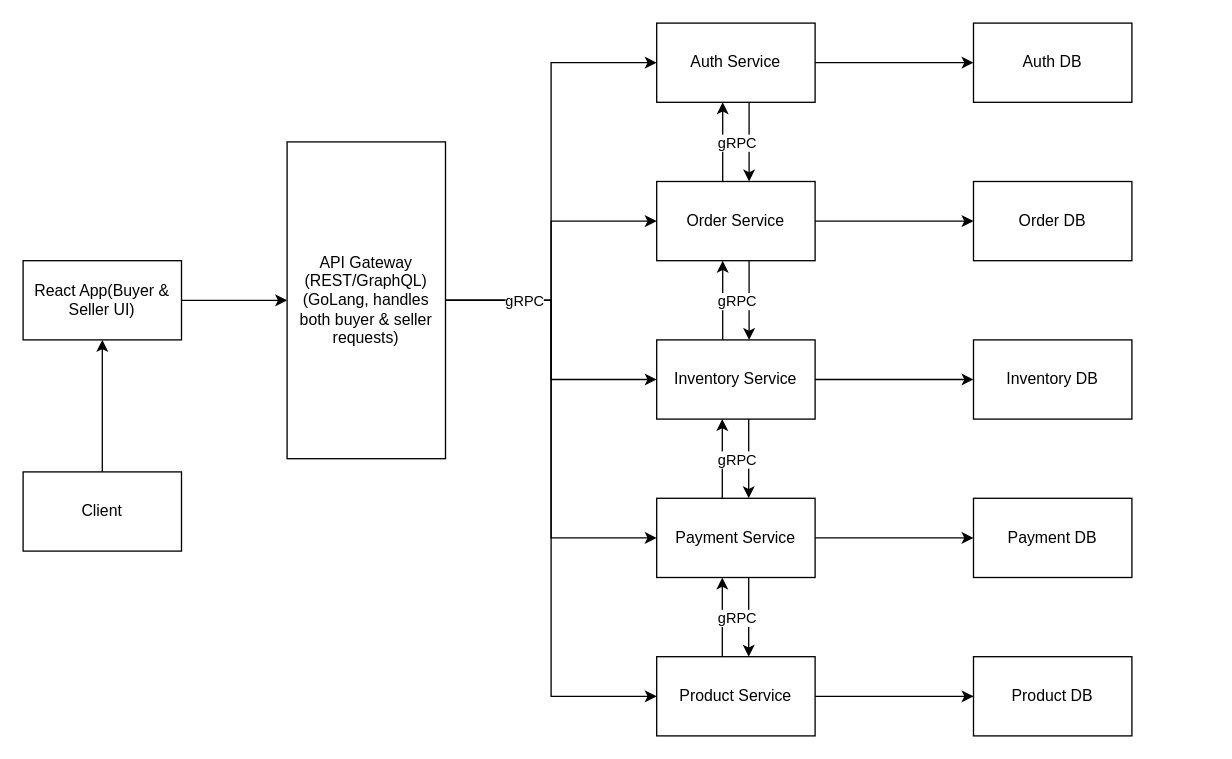
This is Microservice Architecture.drawio from 20010109/Ecommerce-System, a draw.io file, before an edit. Source tidied: cells renumbered, new cells numbered last; positions are measured from the earlier drawing's top-left corner, leaving out a move shared by most shapes. Both pictures are drawn from the tidied source at 132%, with x=0, y=0 at pixel (22, 22).
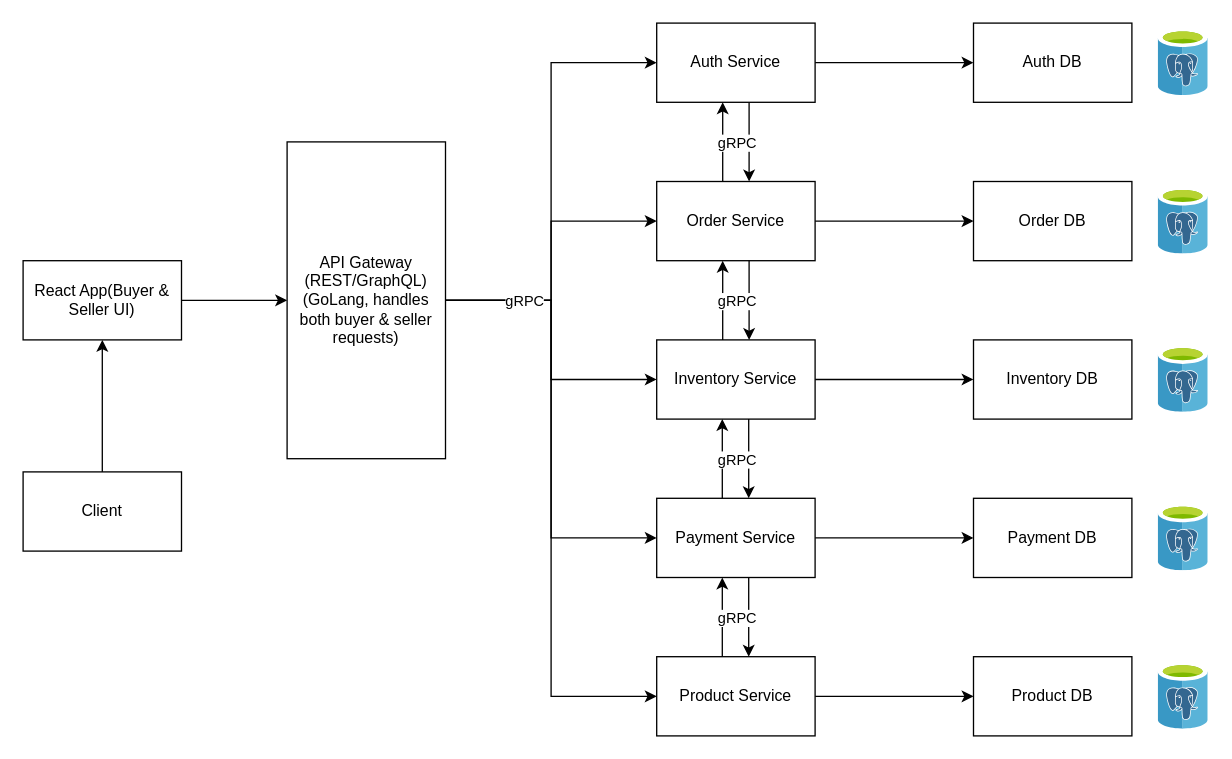
The same diagram, later.

What changed in the source:
```diff
@@
+    <mxCell id="40" style="image;sketch=0;html=1;align=center;fontSize=12;image=img/lib/mscae/Azure_Database_for_PostgreSQL_servers.svg;" parent="1" vertex="1">
+      <mxGeometry x="860" y="5" width="38" height="50" as="geometry" />
+    </mxCell>
+    <mxCell id="41" style="image;sketch=0;html=1;align=center;fontSize=12;image=img/lib/mscae/Azure_Database_for_PostgreSQL_servers.svg;" parent="1" vertex="1">
+      <mxGeometry x="860" y="125" width="38" height="50" as="geometry" />
+    </mxCell>
+    <mxCell id="42" style="image;sketch=0;html=1;align=center;fontSize=12;image=img/lib/mscae/Azure_Database_for_PostgreSQL_servers.svg;" parent="1" vertex="1">
+      <mxGeometry x="860" y="245" width="38" height="50" as="geometry" />
+    </mxCell>
+    <mxCell id="43" style="image;sketch=0;html=1;align=center;fontSize=12;image=img/lib/mscae/Azure_Database_for_PostgreSQL_servers.svg;" parent="1" vertex="1">
+      <mxGeometry x="860" y="365" width="38" height="50" as="geometry" />
+    </mxCell>
+    <mxCell id="44" style="image;sketch=0;html=1;align=center;fontSize=12;image=img/lib/mscae/Azure_Database_for_PostgreSQL_servers.svg;" parent="1" vertex="1">
+      <mxGeometry x="860" y="485" width="38" height="50" as="geometry" />
+    </mxCell>
```
